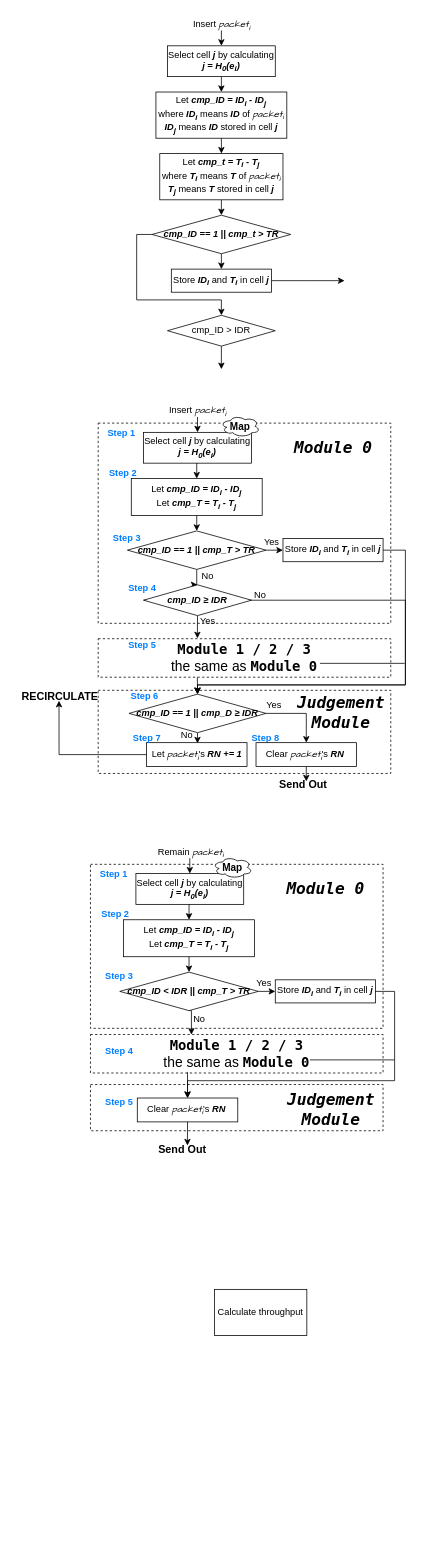
Earlier version of the draw.io diagram undergraduate paper/未命名绘图.drawio (wh2001/drawing). Source tidied: cells renumbered, new cells numbered last; positions are measured from the earlier drawing's top-left corner, leaving out a move shared by most shapes. Both pictures are drawn from the tidied source at 77%, with x=0, y=0 at pixel (13, 13).
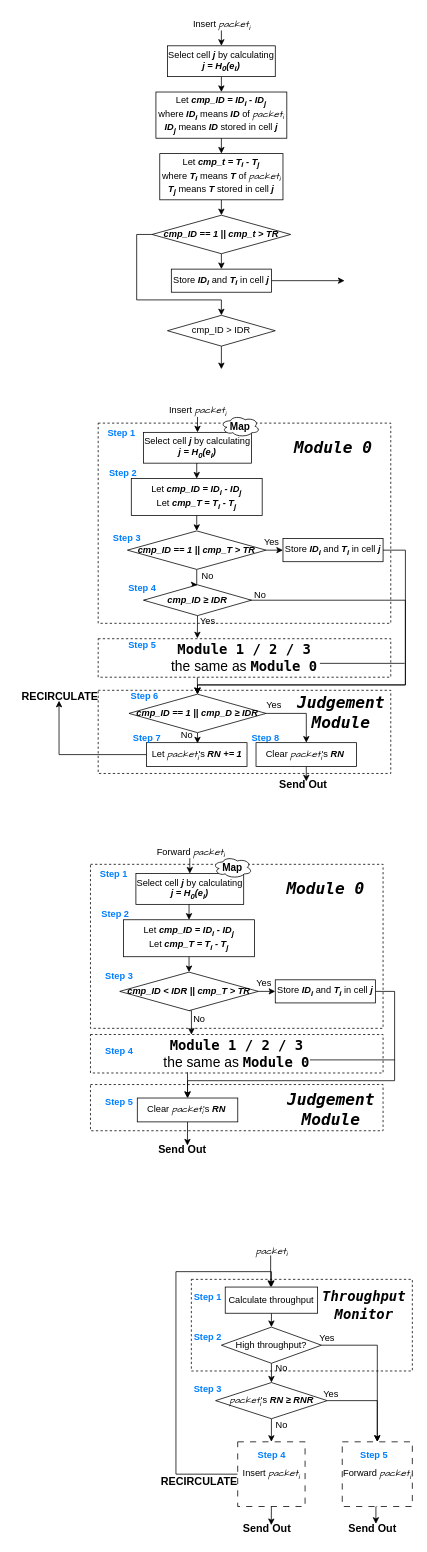
The same diagram, later.

Commit message:
更新未命名绘图.drawio

Change to the diagram source:
```diff
@@
+    <mxCell id="92" style="rounded=0;whiteSpace=wrap;html=1;dashed=1;" parent="1" vertex="1">
+      <mxGeometry x="231" y="1644" width="287" height="119" as="geometry" />
+    </mxCell>
@@
-    <mxCell id="62" value="Remain&amp;nbsp;&lt;i&gt;&lt;font face=&quot;Comic Sans MS&quot;&gt;packet&lt;sub&gt;i&lt;/sub&gt;&lt;/font&gt;&lt;/i&gt;" style="text;html=1;align=center;verticalAlign=middle;strokeColor=none;fillColor=none;" parent="1" vertex="1">
-      <mxGeometry x="178" y="1075" width="104" height="30" as="geometry" />
+    <mxCell id="62" value="Forward&amp;nbsp;&lt;i&gt;&lt;font face=&quot;Comic Sans MS&quot;&gt;packet&lt;sub&gt;i&lt;/sub&gt;&lt;/font&gt;&lt;/i&gt;" style="text;html=1;align=center;verticalAlign=middle;strokeColor=none;fillColor=none;" parent="1" vertex="1">
+      <mxGeometry x="177" y="1075" width="106" height="30" as="geometry" />
     </mxCell>
@@
+    <mxCell id="93" style="edgeStyle=orthogonalEdgeStyle;rounded=0;jettySize=auto;html=1;exitX=0.5;exitY=1;exitDx=0;exitDy=0;entryX=0.5;entryY=0;entryDx=0;entryDy=0;" parent="1" edge="1" source="91" target="96">
+      <mxGeometry relative="1" as="geometry" />
+    </mxCell>
     <mxCell id="91" value="Calculate throughput" style="rounded=0;whiteSpace=wrap;html=1;" parent="1" vertex="1">
-      <mxGeometry x="261" y="1657" width="120" height="60" as="geometry" />
+      <mxGeometry x="275" y="1654" width="120" height="34" as="geometry" />
     </mxCell>
+    <mxCell id="94" style="edgeStyle=orthogonalEdgeStyle;rounded=0;jettySize=auto;html=1;exitX=0.5;exitY=1;exitDx=0;exitDy=0;entryX=0.5;entryY=0;entryDx=0;entryDy=0;" parent="1" edge="1" source="96" target="99">
+      <mxGeometry relative="1" as="geometry" />
+    </mxCell>
+    <mxCell id="95" style="edgeStyle=orthogonalEdgeStyle;rounded=0;jettySize=auto;html=1;exitX=1;exitY=0.5;exitDx=0;exitDy=0;entryX=0.5;entryY=0;entryDx=0;entryDy=0;" parent="1" edge="1" source="96" target="104">
+      <mxGeometry relative="1" as="geometry" />
+    </mxCell>
+    <mxCell id="96" value="High throughput?" style="rhombus;whiteSpace=wrap;html=1;" parent="1" vertex="1">
+      <mxGeometry x="270" y="1706" width="130" height="47" as="geometry" />
+    </mxCell>
+    <mxCell id="97" style="edgeStyle=orthogonalEdgeStyle;rounded=0;jettySize=auto;html=1;exitX=0.5;exitY=1;exitDx=0;exitDy=0;entryX=0.5;entryY=0;entryDx=0;entryDy=0;" parent="1" edge="1" source="99" target="102">
+      <mxGeometry relative="1" as="geometry" />
+    </mxCell>
+    <mxCell id="98" style="edgeStyle=orthogonalEdgeStyle;rounded=0;jettySize=auto;html=1;exitX=1;exitY=0.5;exitDx=0;exitDy=0;entryX=0.5;entryY=0;entryDx=0;entryDy=0;" parent="1" edge="1" source="99" target="104">
+      <mxGeometry relative="1" as="geometry" />
+    </mxCell>
+    <mxCell id="99" value="&lt;font style=&quot;border-color: var(--border-color);&quot; face=&quot;Comic Sans MS&quot;&gt;&lt;i style=&quot;border-color: var(--border-color);&quot;&gt;packet&lt;/i&gt;&lt;/font&gt;&lt;sub style=&quot;border-color: var(--border-color); font-style: italic; font-family: &amp;quot;Comic Sans MS&amp;quot;;&quot;&gt;i&lt;/sub&gt;'s&lt;i style=&quot;border-color: var(--border-color);&quot;&gt;&lt;b style=&quot;border-color: var(--border-color);&quot;&gt;&amp;nbsp;RN ≥ RNR&lt;/b&gt;&lt;/i&gt;" style="rhombus;whiteSpace=wrap;html=1;" parent="1" vertex="1">
+      <mxGeometry x="262.5" y="1778" width="145" height="47" as="geometry" />
+    </mxCell>
+    <mxCell id="100" style="edgeStyle=orthogonalEdgeStyle;rounded=0;jettySize=auto;html=1;exitX=0.5;exitY=1;exitDx=0;exitDy=0;" parent="1" edge="1" source="102">
+      <mxGeometry relative="1" as="geometry">
+        <mxPoint x="334.8" y="1963.2" as="targetPoint" />
+      </mxGeometry>
+    </mxCell>
+    <mxCell id="101" style="edgeStyle=orthogonalEdgeStyle;rounded=0;jettySize=auto;html=1;exitX=0;exitY=0.5;exitDx=0;exitDy=0;entryX=0.5;entryY=0;entryDx=0;entryDy=0;" parent="1" edge="1" source="102" target="91">
+      <mxGeometry relative="1" as="geometry">
+        <Array as="points">
+          <mxPoint x="211" y="1897" />
+          <mxPoint x="211" y="1634" />
+          <mxPoint x="335" y="1634" />
+        </Array>
+      </mxGeometry>
+    </mxCell>
+    <mxCell id="102" value="Insert&amp;nbsp;&lt;font style=&quot;border-color: var(--border-color);&quot; face=&quot;Comic Sans MS&quot;&gt;&lt;i style=&quot;border-color: var(--border-color);&quot;&gt;packet&lt;/i&gt;&lt;/font&gt;&lt;sub style=&quot;border-color: var(--border-color); font-style: italic; font-family: &amp;quot;Comic Sans MS&amp;quot;;&quot;&gt;i&lt;/sub&gt;" style="rounded=0;whiteSpace=wrap;html=1;dashed=1;dashPattern=8 8;" parent="1" vertex="1">
+      <mxGeometry x="291.2" y="1855" width="87.5" height="84" as="geometry" />
+    </mxCell>
+    <mxCell id="103" style="edgeStyle=orthogonalEdgeStyle;rounded=0;jettySize=auto;html=1;exitX=0.5;exitY=1;exitDx=0;exitDy=0;" parent="1" edge="1" source="104">
+      <mxGeometry relative="1" as="geometry">
+        <mxPoint x="470.7" y="1961.5" as="targetPoint" />
+      </mxGeometry>
+    </mxCell>
+    <mxCell id="104" value="Forward&amp;nbsp;&lt;font style=&quot;border-color: var(--border-color);&quot; face=&quot;Comic Sans MS&quot;&gt;&lt;i style=&quot;border-color: var(--border-color);&quot;&gt;packet&lt;/i&gt;&lt;/font&gt;&lt;sub style=&quot;border-color: var(--border-color); font-style: italic; font-family: &amp;quot;Comic Sans MS&amp;quot;;&quot;&gt;i&lt;/sub&gt;" style="rounded=0;whiteSpace=wrap;html=1;dashed=1;dashPattern=8 8;" parent="1" vertex="1">
+      <mxGeometry x="427" y="1855" width="91" height="84" as="geometry" />
+    </mxCell>
+    <mxCell id="105" value="&lt;font style=&quot;font-size: 14px;&quot;&gt;&lt;b&gt;Send Out&lt;/b&gt;&lt;/font&gt;" style="text;html=1;align=center;verticalAlign=middle;strokeColor=none;fillColor=none;" parent="1" vertex="1">
+      <mxGeometry x="284" y="1952" width="90" height="30" as="geometry" />
+    </mxCell>
+    <mxCell id="106" value="&lt;font style=&quot;font-size: 14px;&quot;&gt;&lt;b&gt;Send Out&lt;/b&gt;&lt;/font&gt;" style="text;html=1;align=center;verticalAlign=middle;strokeColor=none;fillColor=none;" parent="1" vertex="1">
+      <mxGeometry x="421" y="1952" width="90" height="30" as="geometry" />
+    </mxCell>
+    <mxCell id="107" style="endArrow=classic;html=1;rounded=0;entryX=0.5;entryY=0;entryDx=0;entryDy=0;" parent="1" edge="1">
+      <mxGeometry relative="1" as="geometry">
+        <mxPoint x="334" y="1613" as="sourcePoint" />
+        <mxPoint x="334" y="1654" as="targetPoint" />
+      </mxGeometry>
+    </mxCell>
+    <mxCell id="108" value="&lt;i&gt;&lt;font face=&quot;Comic Sans MS&quot;&gt;packet&lt;sub&gt;i&lt;/sub&gt;&lt;/font&gt;&lt;/i&gt;" style="text;html=1;align=center;verticalAlign=middle;strokeColor=none;fillColor=none;" parent="1" vertex="1">
+      <mxGeometry x="305.5" y="1593" width="59" height="30" as="geometry" />
+    </mxCell>
+    <mxCell id="109" value="&lt;font face=&quot;Lucida Console&quot;&gt;&lt;span style=&quot;font-size: 20px;&quot;&gt;&lt;b style=&quot;font-size: 18px;&quot;&gt;&lt;i&gt;Throughput&lt;br&gt;Monitor&lt;/i&gt;&lt;/b&gt;&lt;/span&gt;&lt;/font&gt;" style="text;html=1;align=center;verticalAlign=middle;strokeColor=none;fillColor=none;" parent="1" vertex="1">
+      <mxGeometry x="390" y="1646" width="130" height="60" as="geometry" />
+    </mxCell>
+    <mxCell id="110" value="&lt;font style=&quot;font-size: 14px;&quot;&gt;&lt;b&gt;RECIRCULATE&lt;/b&gt;&lt;/font&gt;" style="text;html=1;align=center;verticalAlign=middle;strokeColor=none;fillColor=none;" parent="1" vertex="1">
+      <mxGeometry x="181" y="1892" width="120" height="30" as="geometry" />
+    </mxCell>
+    <mxCell id="111" value="No" style="text;html=1;align=center;verticalAlign=middle;strokeColor=none;fillColor=none;" parent="1" vertex="1">
+      <mxGeometry x="328" y="1744" width="40" height="30" as="geometry" />
+    </mxCell>
+    <mxCell id="112" value="No" style="text;html=1;align=center;verticalAlign=middle;strokeColor=none;fillColor=none;" parent="1" vertex="1">
+      <mxGeometry x="328" y="1818" width="40" height="30" as="geometry" />
+    </mxCell>
+    <mxCell id="113" value="Yes" style="text;html=1;align=center;verticalAlign=middle;strokeColor=none;fillColor=none;" parent="1" vertex="1">
+      <mxGeometry x="387" y="1706" width="40" height="30" as="geometry" />
+    </mxCell>
+    <mxCell id="114" value="Yes" style="text;html=1;align=center;verticalAlign=middle;strokeColor=none;fillColor=none;" parent="1" vertex="1">
+      <mxGeometry x="392" y="1778" width="40" height="30" as="geometry" />
+    </mxCell>
+    <mxCell id="115" value="&lt;font color=&quot;#007fff&quot;&gt;&lt;b&gt;Step 1&lt;/b&gt;&lt;/font&gt;" style="text;html=1;align=center;verticalAlign=middle;strokeColor=none;fillColor=none;" parent="1" vertex="1">
+      <mxGeometry x="225" y="1654" width="54" height="26" as="geometry" />
+    </mxCell>
+    <mxCell id="116" value="&lt;font color=&quot;#007fff&quot;&gt;&lt;b&gt;Step 2&lt;/b&gt;&lt;/font&gt;" style="text;html=1;align=center;verticalAlign=middle;strokeColor=none;fillColor=none;" parent="1" vertex="1">
+      <mxGeometry x="225" y="1706" width="54" height="26" as="geometry" />
+    </mxCell>
+    <mxCell id="117" value="&lt;font color=&quot;#007fff&quot;&gt;&lt;b&gt;Step 4&lt;/b&gt;&lt;/font&gt;" style="text;html=1;align=center;verticalAlign=middle;strokeColor=none;fillColor=none;" parent="1" vertex="1">
+      <mxGeometry x="308" y="1860" width="54" height="26" as="geometry" />
+    </mxCell>
+    <mxCell id="118" value="&lt;font color=&quot;#007fff&quot;&gt;&lt;b&gt;Step 5&lt;/b&gt;&lt;/font&gt;" style="text;html=1;align=center;verticalAlign=middle;strokeColor=none;fillColor=none;" parent="1" vertex="1">
+      <mxGeometry x="441" y="1860" width="54" height="26" as="geometry" />
+    </mxCell>
+    <mxCell id="119" value="&lt;font color=&quot;#007fff&quot;&gt;&lt;b&gt;Step 3&lt;/b&gt;&lt;/font&gt;" style="text;html=1;align=center;verticalAlign=middle;strokeColor=none;fillColor=none;" parent="1" vertex="1">
+      <mxGeometry x="225" y="1774" width="54" height="26" as="geometry" />
+    </mxCell>
```
